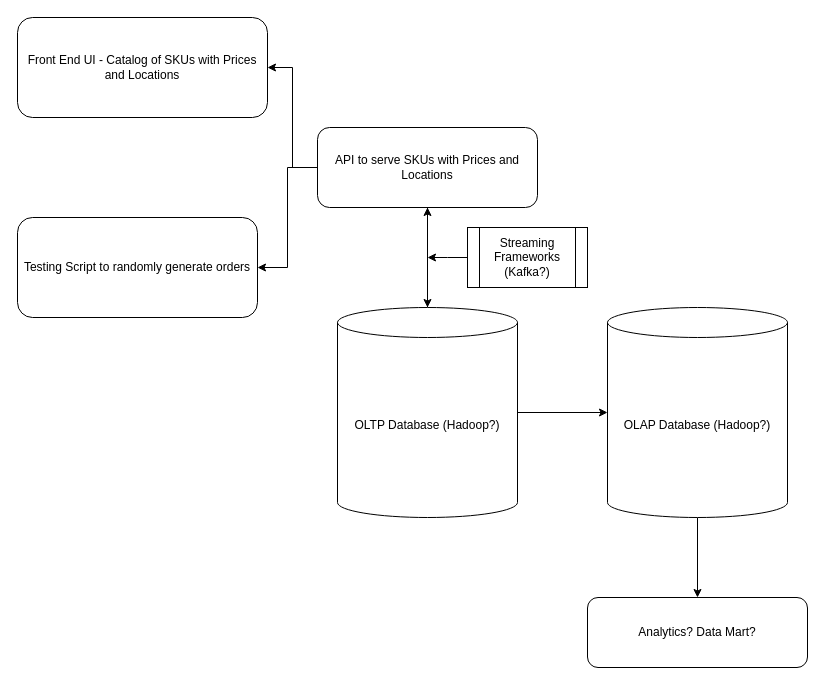
This is Inventory and Order Management System.drawio from jay-baldev/hermes, a draw.io file, before an edit. Source tidied: cells renumbered, new cells numbered last; positions are measured from the earlier drawing's top-left corner, leaving out a move shared by most shapes. Both pictures are drawn from the tidied source at 100%, with x=0, y=0 at pixel (17, 17).
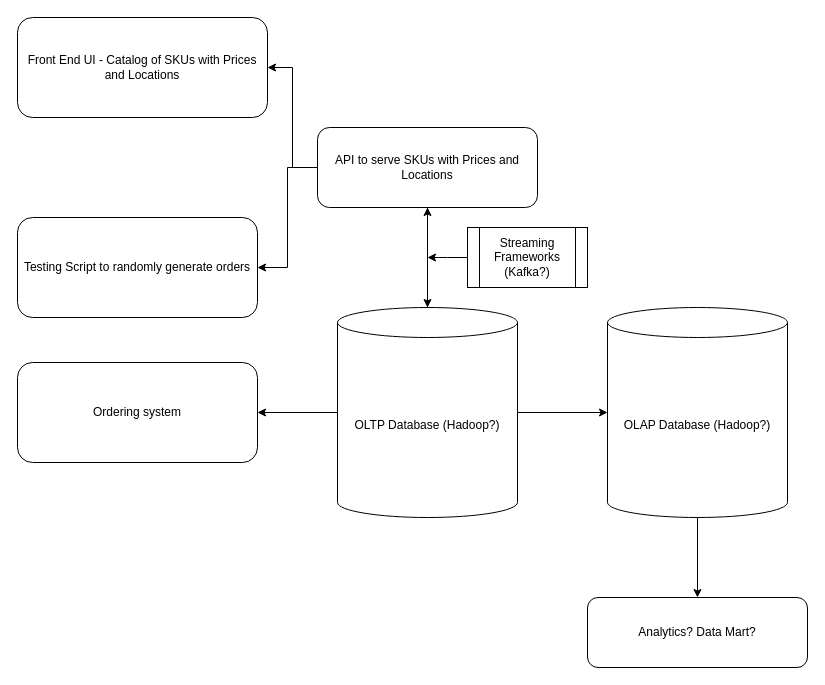
After the change.

Change to the diagram source:
```diff
@@
 <mxGraphModel>
   <root>
     <mxCell id="0" />
     <mxCell id="1" parent="0" />
     <mxCell id="2" value="Front End UI - Catalog of SKUs with Prices and Locations" style="rounded=1;whiteSpace=wrap;html=1;" parent="1" vertex="1">
       <mxGeometry width="250" height="100" as="geometry" />
     </mxCell>
     <mxCell id="3" style="edgeStyle=orthogonalEdgeStyle;rounded=0;jettySize=auto;html=1;entryX=1;entryY=0.5;entryDx=0;entryDy=0;" parent="1" edge="1" source="6" target="2">
       <mxGeometry relative="1" as="geometry" />
     </mxCell>
     <mxCell id="4" style="edgeStyle=orthogonalEdgeStyle;rounded=0;jettySize=auto;html=1;entryX=1;entryY=0.5;entryDx=0;entryDy=0;" parent="1" edge="1" source="6" target="7">
       <mxGeometry relative="1" as="geometry" />
     </mxCell>
     <mxCell id="5" style="edgeStyle=orthogonalEdgeStyle;rounded=0;jettySize=auto;html=1;" parent="1" edge="1" source="6" target="10">
       <mxGeometry relative="1" as="geometry" />
     </mxCell>
     <mxCell id="6" value="API to serve SKUs with Prices and Locations" style="rounded=1;whiteSpace=wrap;html=1;" parent="1" vertex="1">
       <mxGeometry x="300" y="110" width="220" height="80" as="geometry" />
     </mxCell>
     <mxCell id="7" value="Testing Script to randomly generate orders" style="rounded=1;whiteSpace=wrap;html=1;" parent="1" vertex="1">
       <mxGeometry y="200" width="240" height="100" as="geometry" />
     </mxCell>
     <mxCell id="8" style="edgeStyle=orthogonalEdgeStyle;rounded=0;jettySize=auto;html=1;exitX=0.5;exitY=0;exitDx=0;exitDy=0;exitPerimeter=0;" parent="1" edge="1" source="10" target="6">
       <mxGeometry relative="1" as="geometry" />
     </mxCell>
     <mxCell id="9" style="edgeStyle=orthogonalEdgeStyle;rounded=0;jettySize=auto;html=1;exitX=1;exitY=0.5;exitDx=0;exitDy=0;exitPerimeter=0;" parent="1" edge="1" source="10" target="12">
       <mxGeometry relative="1" as="geometry" />
     </mxCell>
+    <mxCell id="16" style="edgeStyle=orthogonalEdgeStyle;rounded=0;jettySize=auto;html=1;" parent="1" edge="1" source="10" target="17">
+      <mxGeometry relative="1" as="geometry" />
+    </mxCell>
     <mxCell id="10" value="OLTP Database (Hadoop?)" style="shape=cylinder3;whiteSpace=wrap;html=1;boundedLbl=1;backgroundOutline=1;size=15;" parent="1" vertex="1">
       <mxGeometry x="320" y="290" width="180" height="210" as="geometry" />
     </mxCell>
     <mxCell id="11" style="edgeStyle=orthogonalEdgeStyle;rounded=0;jettySize=auto;html=1;entryX=0.5;entryY=0;entryDx=0;entryDy=0;" parent="1" edge="1" source="12" target="13">
       <mxGeometry relative="1" as="geometry" />
     </mxCell>
     <mxCell id="12" value="OLAP Database (Hadoop?)" style="shape=cylinder3;whiteSpace=wrap;html=1;boundedLbl=1;backgroundOutline=1;size=15;" parent="1" vertex="1">
       <mxGeometry x="590" y="290" width="180" height="210" as="geometry" />
     </mxCell>
     <mxCell id="13" value="Analytics? Data Mart?" style="rounded=1;whiteSpace=wrap;html=1;" parent="1" vertex="1">
       <mxGeometry x="570" y="580" width="220" height="70" as="geometry" />
     </mxCell>
     <mxCell id="14" style="edgeStyle=orthogonalEdgeStyle;rounded=0;jettySize=auto;html=1;exitX=0;exitY=0.5;exitDx=0;exitDy=0;" parent="1" edge="1" source="15">
       <mxGeometry relative="1" as="geometry">
         <mxPoint x="410" y="240" as="targetPoint" />
       </mxGeometry>
     </mxCell>
     <mxCell id="15" value="Streaming Frameworks (Kafka?)" style="shape=process;whiteSpace=wrap;html=1;backgroundOutline=1;" parent="1" vertex="1">
       <mxGeometry x="450" y="210" width="120" height="60" as="geometry" />
     </mxCell>
+    <mxCell id="17" value="Ordering system" style="rounded=1;whiteSpace=wrap;html=1;" parent="1" vertex="1">
+      <mxGeometry y="345" width="240" height="100" as="geometry" />
+    </mxCell>
   </root>
 </mxGraphModel>
```
